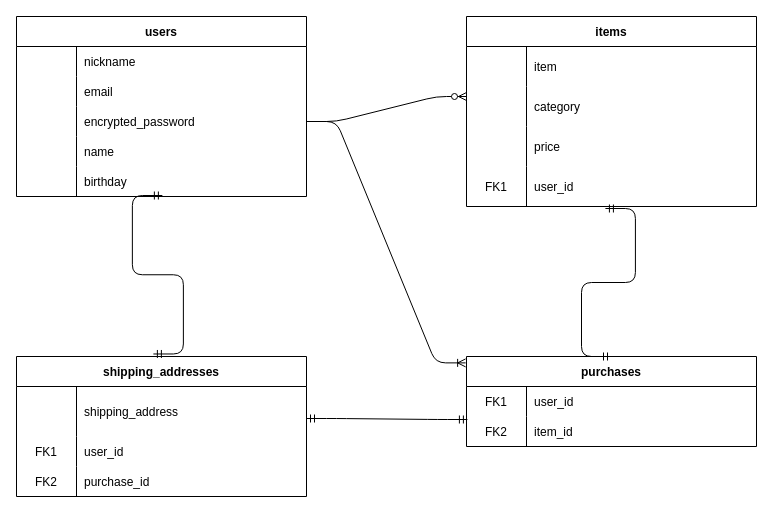
Earlier version of the draw.io diagram ER.dio (rangubell/furima-39393). Source tidied: cells renumbered, new cells numbered last; positions are measured from the earlier drawing's top-left corner, leaving out a move shared by most shapes. Both pictures are drawn from the tidied source at 100%, with x=0, y=0 at pixel (16, 16).
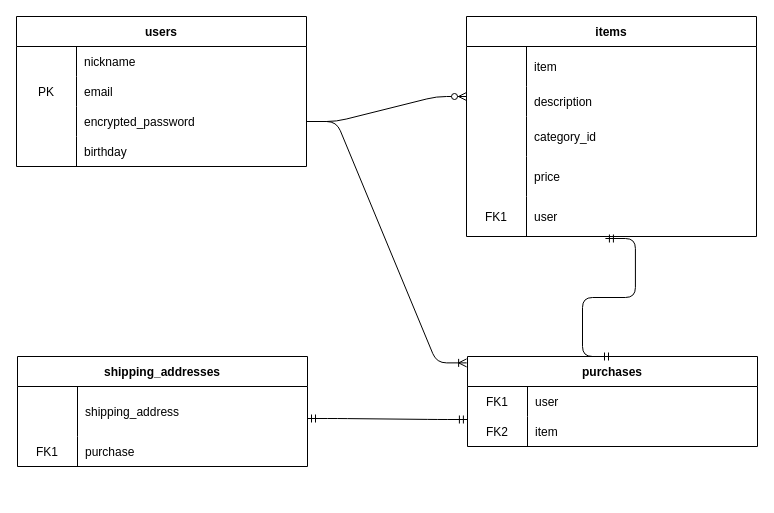
Above is the later version.

Commit message (it also covers changes not shown here):
ER図・READMEの修正

Unchanged cells that the change refers to:
```xml
<mxCell id="3" style="shape=tableRow;horizontal=0;startSize=0;swimlaneHead=0;swimlaneBody=0;fillColor=none;top=0;left=0;right=0;bottom=0;" parent="2" vertex="1">
  <mxGeometry y="30" width="290" height="30" as="geometry" />
</mxCell>
<mxCell id="6" style="shape=tableRow;horizontal=0;startSize=0;swimlaneHead=0;swimlaneBody=0;fillColor=none;top=0;left=0;right=0;bottom=0;" parent="2" vertex="1">
  <mxGeometry y="60" width="290" height="30" as="geometry" />
</mxCell>
<mxCell id="26" style="shape=tableRow;horizontal=0;startSize=0;swimlaneHead=0;swimlaneBody=0;fillColor=none;top=0;left=0;right=0;bottom=0;" parent="22" vertex="1">
  <mxGeometry y="60" width="290" height="30" as="geometry" />
</mxCell>
```

What changed in the source:
```diff
@@
     <mxCell id="2" value="purchases" style="shape=table;startSize=30;childLayout=tableLayout;rowLines=0;fontStyle=1;align=center;" parent="1" vertex="1">
-      <mxGeometry x="450" y="340" width="290" height="90" as="geometry" />
+      <mxGeometry x="451" y="340" width="290" height="90" as="geometry" />
     </mxCell>
@@
-    <mxCell id="5" value="user_id" style="shape=partialRectangle;fillColor=none;top=0;left=0;bottom=0;right=0;align=left;spacingLeft=6;overflow=hidden;" parent="3" vertex="1">
+    <mxCell id="5" value="user" style="shape=partialRectangle;fillColor=none;top=0;left=0;bottom=0;right=0;align=left;spacingLeft=6;overflow=hidden;" parent="3" vertex="1">
       <mxGeometry x="60" width="230" height="30" as="geometry" />
     </mxCell>
@@
-    <mxCell id="8" value="item_id" style="shape=partialRectangle;fillColor=none;top=0;left=0;bottom=0;right=0;align=left;spacingLeft=6;overflow=hidden;" parent="6" vertex="1">
+    <mxCell id="8" value="item" style="shape=partialRectangle;fillColor=none;top=0;left=0;bottom=0;right=0;align=left;spacingLeft=6;overflow=hidden;" parent="6" vertex="1">
       <mxGeometry x="60" width="230" height="30" as="geometry" />
     </mxCell>
     <mxCell id="9" value="items" style="shape=table;startSize=30;childLayout=tableLayout;rowLines=0;fontStyle=1;align=center;" parent="1" vertex="1">
-      <mxGeometry x="450" width="290" height="190" as="geometry" />
+      <mxGeometry x="450" width="290" height="220" as="geometry" />
     </mxCell>
@@
+    <mxCell id="53" style="shape=tableRow;horizontal=0;startSize=0;swimlaneHead=0;swimlaneBody=0;fillColor=none;top=0;left=0;right=0;bottom=0;" parent="9" vertex="1">
+      <mxGeometry y="70" width="290" height="30" as="geometry" />
+    </mxCell>
+    <mxCell id="33" style="shape=partialRectangle;fillColor=none;top=0;left=0;bottom=0;right=0;overflow=hidden;" parent="53" vertex="1">
+      <mxGeometry width="60" height="30" as="geometry" />
+    </mxCell>
+    <mxCell id="54" value="description" style="shape=partialRectangle;fillColor=none;top=0;left=0;bottom=0;right=0;align=left;spacingLeft=6;overflow=hidden;" parent="53" vertex="1">
+      <mxGeometry x="60" width="230" height="30" as="geometry" />
+    </mxCell>
     <mxCell id="13" style="shape=tableRow;horizontal=0;startSize=0;swimlaneHead=0;swimlaneBody=0;fillColor=none;top=0;left=0;right=0;bottom=0;" parent="9" vertex="1">
-      <mxGeometry y="70" width="290" height="40" as="geometry" />
+      <mxGeometry y="100" width="290" height="40" as="geometry" />
     </mxCell>
@@
-    <mxCell id="15" value="category" style="shape=partialRectangle;fillColor=none;top=0;left=0;bottom=0;right=0;align=left;spacingLeft=6;overflow=hidden;" parent="13" vertex="1">
+    <mxCell id="15" value="category_id" style="shape=partialRectangle;fillColor=none;top=0;left=0;bottom=0;right=0;align=left;spacingLeft=6;overflow=hidden;" parent="13" vertex="1">
       <mxGeometry x="60" width="230" height="40" as="geometry" />
     </mxCell>
     <mxCell id="16" style="shape=tableRow;horizontal=0;startSize=0;swimlaneHead=0;swimlaneBody=0;fillColor=none;top=0;left=0;right=0;bottom=0;" parent="9" vertex="1">
-      <mxGeometry y="110" width="290" height="40" as="geometry" />
+      <mxGeometry y="140" width="290" height="40" as="geometry" />
     </mxCell>
@@
     <mxCell id="19" style="shape=tableRow;horizontal=0;startSize=0;swimlaneHead=0;swimlaneBody=0;fillColor=none;points=[[0,0.5],[1,0.5]];portConstraint=eastwest;top=0;left=0;right=0;bottom=0;" parent="9" vertex="1">
-      <mxGeometry y="150" width="290" height="40" as="geometry" />
+      <mxGeometry y="180" width="290" height="40" as="geometry" />
     </mxCell>
@@
-    <mxCell id="21" value="user_id" style="shape=partialRectangle;fillColor=none;top=0;left=0;bottom=0;right=0;align=left;spacingLeft=6;overflow=hidden;" parent="19" vertex="1">
+    <mxCell id="21" value="user" style="shape=partialRectangle;fillColor=none;top=0;left=0;bottom=0;right=0;align=left;spacingLeft=6;overflow=hidden;" parent="19" vertex="1">
       <mxGeometry x="60" width="230" height="40" as="geometry" />
     </mxCell>
     <mxCell id="22" value="users" style="shape=table;startSize=30;childLayout=tableLayout;rowLines=0;fontStyle=1;align=center;" parent="1" vertex="1">
-      <mxGeometry width="290" height="180" as="geometry" />
+      <mxGeometry width="290" height="150" as="geometry" />
     </mxCell>
@@
-    <mxCell id="27" style="shape=partialRectangle;fillColor=none;top=0;left=0;bottom=0;right=0;overflow=hidden;" parent="26" vertex="1">
+    <mxCell id="27" value="PK" style="shape=partialRectangle;fillColor=none;top=0;left=0;bottom=0;right=0;overflow=hidden;" parent="26" vertex="1">
       <mxGeometry width="60" height="30" as="geometry" />
     </mxCell>
@@
-    <mxCell id="32" style="shape=tableRow;horizontal=0;startSize=0;swimlaneHead=0;swimlaneBody=0;fillColor=none;top=0;left=0;right=0;bottom=0;" parent="22" vertex="1">
-      <mxGeometry y="120" width="290" height="30" as="geometry" />
-    </mxCell>
-    <mxCell id="33" style="shape=partialRectangle;fillColor=none;top=0;left=0;bottom=0;right=0;overflow=hidden;" parent="32" vertex="1">
-      <mxGeometry width="60" height="30" as="geometry" />
-    </mxCell>
-    <mxCell id="34" value="name" style="shape=partialRectangle;fillColor=none;top=0;left=0;bottom=0;right=0;align=left;spacingLeft=6;overflow=hidden;" parent="32" vertex="1">
-      <mxGeometry x="60" width="230" height="30" as="geometry" />
-    </mxCell>
     <mxCell id="35" style="shape=tableRow;horizontal=0;startSize=0;swimlaneHead=0;swimlaneBody=0;fillColor=none;points=[[0,0.5],[1,0.5]];portConstraint=eastwest;top=0;left=0;right=0;bottom=0;" parent="22" vertex="1">
-      <mxGeometry y="150" width="290" height="30" as="geometry" />
+      <mxGeometry y="120" width="290" height="30" as="geometry" />
     </mxCell>
@@
     <mxCell id="38" value="shipping_addresses" style="shape=table;startSize=30;childLayout=tableLayout;rowLines=0;fontStyle=1;align=center;" parent="1" vertex="1">
-      <mxGeometry y="340" width="290" height="140" as="geometry" />
+      <mxGeometry x="1" y="340" width="290" height="110" as="geometry" />
     </mxCell>
@@
-    <mxCell id="42" style="shape=tableRow;horizontal=0;startSize=0;swimlaneHead=0;swimlaneBody=0;fillColor=none;top=0;left=0;right=0;bottom=0;" parent="38" vertex="1">
-      <mxGeometry y="80" width="290" height="30" as="geometry" />
-    </mxCell>
-    <mxCell id="43" value="FK1" style="shape=partialRectangle;fillColor=none;top=0;left=0;bottom=0;right=0;overflow=hidden;" parent="42" vertex="1">
-      <mxGeometry width="60" height="30" as="geometry" />
-    </mxCell>
-    <mxCell id="44" value="user_id" style="shape=partialRectangle;fillColor=none;top=0;left=0;bottom=0;right=0;align=left;spacingLeft=6;overflow=hidden;" parent="42" vertex="1">
-      <mxGeometry x="60" width="230" height="30" as="geometry" />
-    </mxCell>
     <mxCell id="45" style="shape=tableRow;horizontal=0;startSize=0;swimlaneHead=0;swimlaneBody=0;fillColor=none;top=0;left=0;right=0;bottom=0;" parent="38" vertex="1">
-      <mxGeometry y="110" width="290" height="30" as="geometry" />
+      <mxGeometry y="80" width="290" height="30" as="geometry" />
     </mxCell>
-    <mxCell id="46" value="FK2" style="shape=partialRectangle;fillColor=none;top=0;left=0;bottom=0;right=0;overflow=hidden;" parent="45" vertex="1">
+    <mxCell id="46" value="FK1" style="shape=partialRectangle;fillColor=none;top=0;left=0;bottom=0;right=0;overflow=hidden;" parent="45" vertex="1">
       <mxGeometry width="60" height="30" as="geometry" />
     </mxCell>
-    <mxCell id="47" value="purchase_id" style="shape=partialRectangle;fillColor=none;top=0;left=0;bottom=0;right=0;align=left;spacingLeft=6;overflow=hidden;" parent="45" vertex="1">
+    <mxCell id="47" value="purchase" style="shape=partialRectangle;fillColor=none;top=0;left=0;bottom=0;right=0;align=left;spacingLeft=6;overflow=hidden;" parent="45" vertex="1">
       <mxGeometry x="60" width="230" height="30" as="geometry" />
     </mxCell>
@@
-    <mxCell id="52" style="edgeStyle=entityRelationEdgeStyle;fontSize=12;html=1;endArrow=ERmandOne;startArrow=ERmandOne;exitX=0.472;exitY=-0.018;exitDx=0;exitDy=0;exitPerimeter=0;entryX=0.503;entryY=0.967;entryDx=0;entryDy=0;entryPerimeter=0;" parent="1" edge="1" source="38" target="35">
-      <mxGeometry relative="1" as="geometry" />
-    </mxCell>
```
